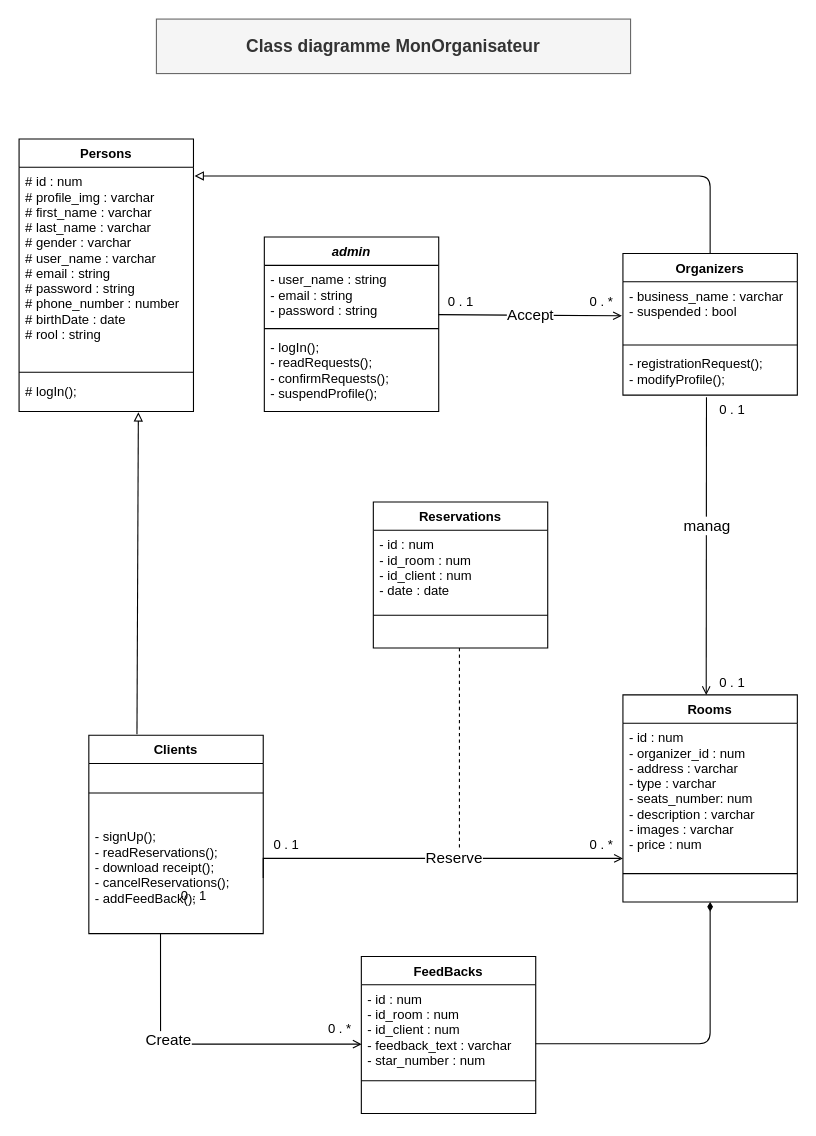
Before: UML/diagram-class.drawio in daalimouhcine/Mon_Organisateur, a draw.io diagram. Source tidied: cells renumbered, new cells numbered last; positions are measured from the earlier drawing's top-left corner, leaving out a move shared by most shapes. Both pictures are drawn from the tidied source at 109%, with x=0, y=0 at pixel (19, 19).
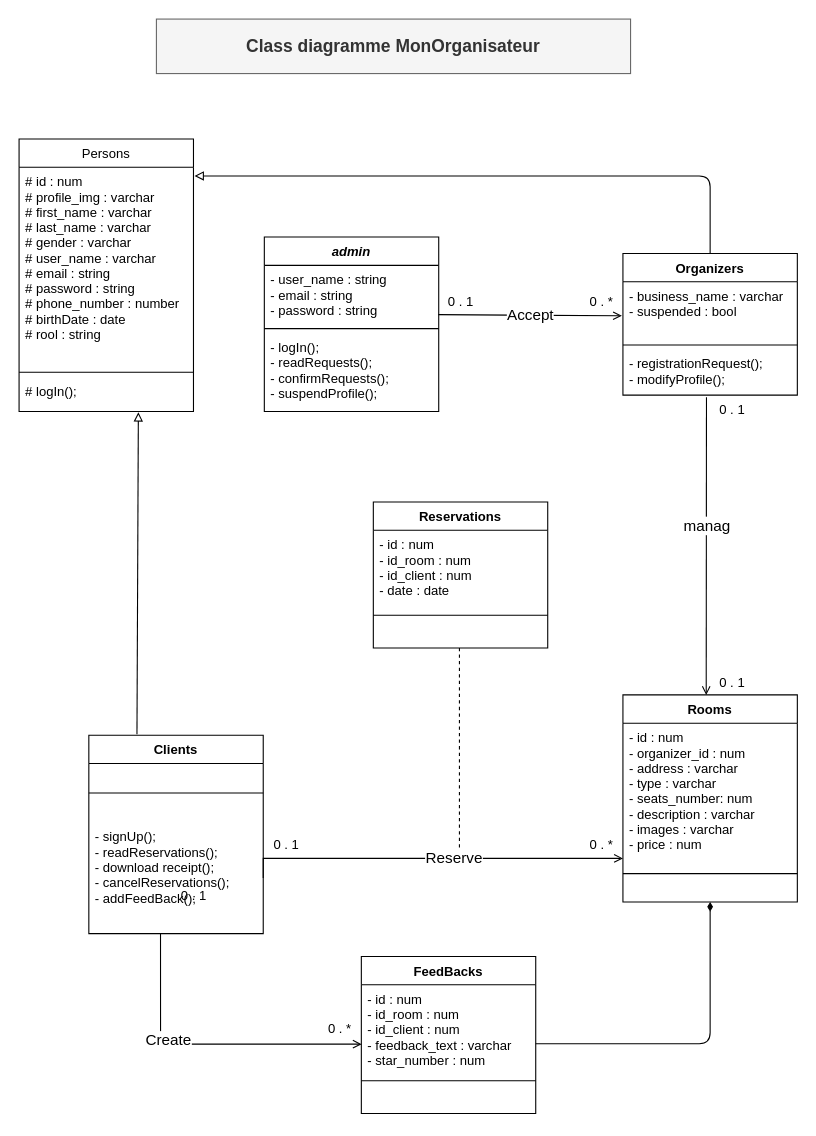
The same diagram, later.

What changed in the source:
```diff
@@
-    <mxCell id="39" value="Persons" style="swimlane;fontStyle=1;align=center;verticalAlign=top;horizontal=1;startSize=26;rounded=0;shadow=0;strokeWidth=1;" parent="1" vertex="1">
+    <mxCell id="39" value="Persons" style="swimlane;fontStyle=0;align=center;verticalAlign=top;horizontal=1;startSize=26;rounded=0;shadow=0;strokeWidth=1;" parent="1" vertex="1">
       <mxGeometry y="110" width="160" height="250" as="geometry" />
     </mxCell>
```
